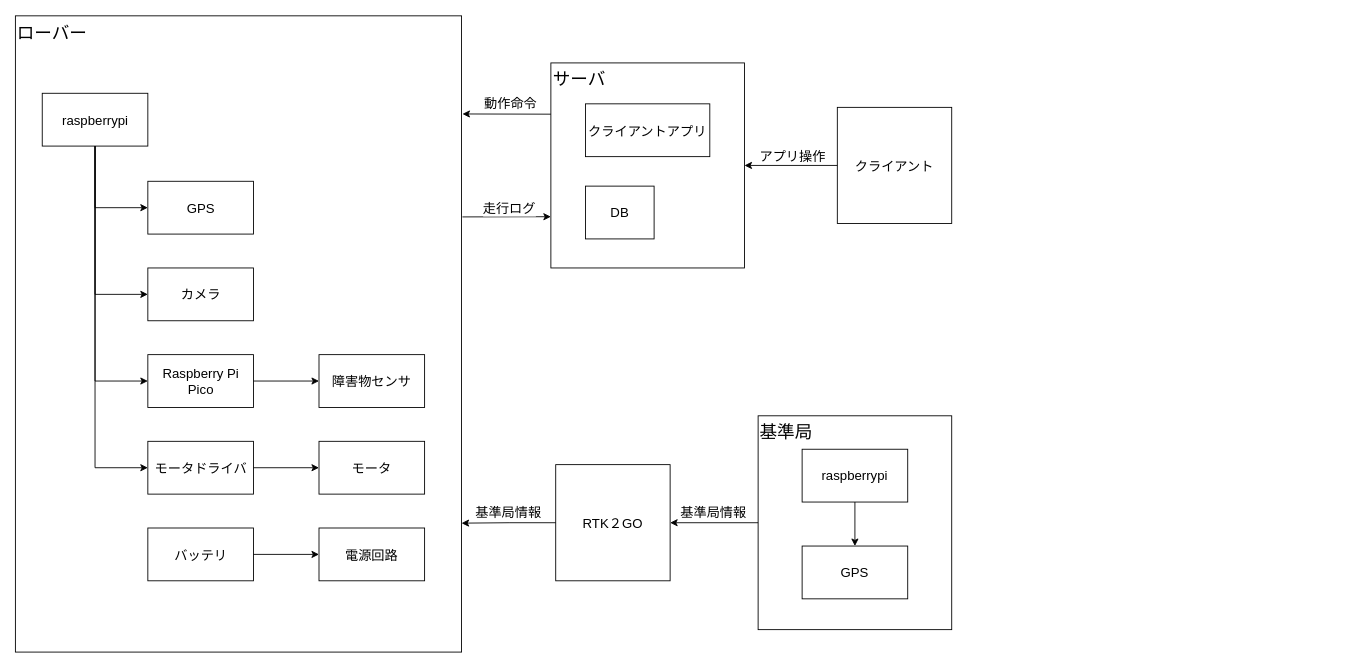
This is docs/システム構成図.drawio from moca0511/-, a draw.io file, before an edit. Source tidied: cells renumbered, new cells numbered last; positions are measured from the earlier drawing's top-left corner, leaving out a move shared by most shapes. Both pictures are drawn from the tidied source at 88%, with x=0, y=0 at pixel (15, 16).
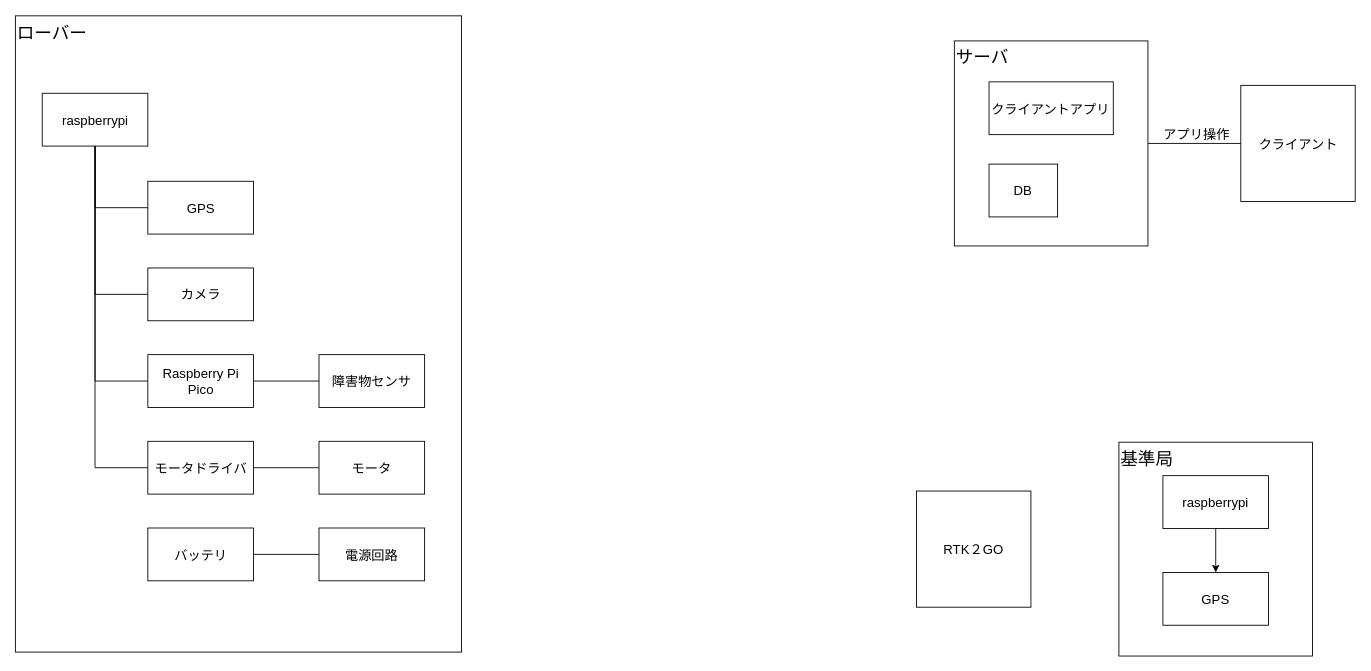
Above is the later version.

Commit message (it also covers changes not shown here):
システム構成図修正　企画書改(詳細設計)追加

Unchanged cells that the change refers to:
```xml
<mxCell id="4" value="モータドライバ" style="rounded=0;whiteSpace=wrap;html=1;labelBackgroundColor=none;fillColor=none;fontSize=15;" parent="1" vertex="1">
  <mxGeometry x="150.5" y="483" width="120" height="60" as="geometry" />
</mxCell>
<mxCell id="5" value="モータ" style="rounded=0;whiteSpace=wrap;html=1;labelBackgroundColor=none;fillColor=none;fontSize=15;" parent="1" vertex="1">
  <mxGeometry x="345" y="483" width="120" height="60" as="geometry" />
</mxCell>
<mxCell id="10" value="&lt;font style=&quot;font-size: 15px&quot;&gt;raspberrypi&lt;/font&gt;" style="rounded=0;whiteSpace=wrap;html=1;labelBackgroundColor=none;fillColor=none;" parent="1" vertex="1">
  <mxGeometry x="30.5" y="87.5" width="120" height="60" as="geometry" />
</mxCell>
<mxCell id="12" value="Raspberry Pi　Pico" style="rounded=0;whiteSpace=wrap;html=1;labelBackgroundColor=none;fillColor=none;fontSize=15;" parent="1" vertex="1">
  <mxGeometry x="150.5" y="384.5" width="120" height="60" as="geometry" />
</mxCell>
<mxCell id="13" value="障害物センサ" style="rounded=0;whiteSpace=wrap;html=1;labelBackgroundColor=none;fillColor=none;fontSize=15;" parent="1" vertex="1">
  <mxGeometry x="345" y="384.5" width="120" height="60" as="geometry" />
</mxCell>
<mxCell id="14" value="カメラ" style="rounded=0;whiteSpace=wrap;html=1;labelBackgroundColor=none;fillColor=none;align=center;fontSize=15;" parent="1" vertex="1">
  <mxGeometry x="150.5" y="286" width="120" height="60" as="geometry" />
</mxCell>
<mxCell id="15" value="GPS" style="rounded=0;whiteSpace=wrap;html=1;labelBackgroundColor=none;fillColor=none;align=center;fontSize=15;" parent="1" vertex="1">
  <mxGeometry x="150.5" y="187.5" width="120" height="60" as="geometry" />
</mxCell>
<mxCell id="16" value="電源回路" style="rounded=0;whiteSpace=wrap;html=1;labelBackgroundColor=none;fillColor=none;align=center;fontSize=15;" parent="1" vertex="1">
  <mxGeometry x="345" y="581.5" width="120" height="60" as="geometry" />
</mxCell>
<mxCell id="18" value="バッテリ" style="rounded=0;whiteSpace=wrap;html=1;labelBackgroundColor=none;fillColor=none;align=center;fontSize=15;" parent="1" vertex="1">
  <mxGeometry x="150.5" y="581.5" width="120" height="60" as="geometry" />
</mxCell>
<mxCell id="22" value="&lt;font style=&quot;font-size: 20px&quot;&gt;基準局&lt;/font&gt;" style="rounded=0;whiteSpace=wrap;html=1;labelBackgroundColor=none;fillColor=none;align=left;verticalAlign=top;" parent="21" vertex="1">
  <mxGeometry width="220" height="243" as="geometry" />
</mxCell>
<mxCell id="31" value="&lt;font style=&quot;font-size: 20px&quot;&gt;サーバ&lt;/font&gt;" style="rounded=0;whiteSpace=wrap;html=1;labelBackgroundColor=none;fillColor=none;align=left;verticalAlign=top;" parent="30" vertex="1">
  <mxGeometry width="220" height="233" as="geometry" />
</mxCell>
```

Change to the diagram source:
```diff
@@
-    <mxCell id="3" style="edgeStyle=orthogonalEdgeStyle;rounded=0;jettySize=auto;html=1;" parent="1" edge="1" source="4" target="5">
+    <mxCell id="3" style="edgeStyle=orthogonalEdgeStyle;rounded=0;jettySize=auto;html=1;endArrow=none;endFill=0;" parent="1" edge="1" source="4" target="5">
       <mxGeometry relative="1" as="geometry" />
     </mxCell>
@@
-    <mxCell id="6" style="edgeStyle=orthogonalEdgeStyle;rounded=0;jettySize=auto;html=1;exitX=0.5;exitY=1;exitDx=0;exitDy=0;entryX=0;entryY=0.5;entryDx=0;entryDy=0;" parent="1" edge="1" source="10" target="4">
+    <mxCell id="6" style="edgeStyle=orthogonalEdgeStyle;rounded=0;jettySize=auto;html=1;exitX=0.5;exitY=1;exitDx=0;exitDy=0;entryX=0;entryY=0.5;entryDx=0;entryDy=0;endArrow=none;endFill=0;" parent="1" edge="1" source="10" target="4">
       <mxGeometry relative="1" as="geometry" />
     </mxCell>
-    <mxCell id="7" style="edgeStyle=orthogonalEdgeStyle;rounded=0;jettySize=auto;html=1;exitX=0.5;exitY=1;exitDx=0;exitDy=0;entryX=0;entryY=0.5;entryDx=0;entryDy=0;" parent="1" edge="1" source="10" target="12">
+    <mxCell id="7" style="edgeStyle=orthogonalEdgeStyle;rounded=0;jettySize=auto;html=1;exitX=0.5;exitY=1;exitDx=0;exitDy=0;entryX=0;entryY=0.5;entryDx=0;entryDy=0;endArrow=none;endFill=0;" parent="1" edge="1" source="10" target="12">
       <mxGeometry relative="1" as="geometry" />
     </mxCell>
-    <mxCell id="8" style="edgeStyle=orthogonalEdgeStyle;rounded=0;jettySize=auto;html=1;exitX=0.5;exitY=1;exitDx=0;exitDy=0;entryX=0;entryY=0.5;entryDx=0;entryDy=0;" parent="1" edge="1" source="10" target="14">
+    <mxCell id="8" style="edgeStyle=orthogonalEdgeStyle;rounded=0;jettySize=auto;html=1;exitX=0.5;exitY=1;exitDx=0;exitDy=0;entryX=0;entryY=0.5;entryDx=0;entryDy=0;endArrow=none;endFill=0;" parent="1" edge="1" source="10" target="14">
       <mxGeometry relative="1" as="geometry" />
     </mxCell>
-    <mxCell id="9" style="edgeStyle=orthogonalEdgeStyle;rounded=0;jettySize=auto;html=1;exitX=0.5;exitY=1;exitDx=0;exitDy=0;entryX=0;entryY=0.5;entryDx=0;entryDy=0;" parent="1" edge="1" source="10" target="15">
+    <mxCell id="9" style="edgeStyle=orthogonalEdgeStyle;rounded=0;jettySize=auto;html=1;exitX=0.5;exitY=1;exitDx=0;exitDy=0;entryX=0;entryY=0.5;entryDx=0;entryDy=0;endArrow=none;endFill=0;" parent="1" edge="1" source="10" target="15">
       <mxGeometry relative="1" as="geometry" />
     </mxCell>
@@
-    <mxCell id="11" style="edgeStyle=orthogonalEdgeStyle;rounded=0;jettySize=auto;html=1;exitX=1;exitY=0.5;exitDx=0;exitDy=0;entryX=0;entryY=0.5;entryDx=0;entryDy=0;" parent="1" edge="1" source="12" target="13">
+    <mxCell id="11" style="edgeStyle=orthogonalEdgeStyle;rounded=0;jettySize=auto;html=1;exitX=1;exitY=0.5;exitDx=0;exitDy=0;entryX=0;entryY=0.5;entryDx=0;entryDy=0;endArrow=none;endFill=0;" parent="1" edge="1" source="12" target="13">
       <mxGeometry relative="1" as="geometry" />
     </mxCell>
@@
-    <mxCell id="17" style="edgeStyle=orthogonalEdgeStyle;rounded=0;jettySize=auto;html=1;exitX=1;exitY=0.5;exitDx=0;exitDy=0;entryX=0;entryY=0.5;entryDx=0;entryDy=0;" parent="1" edge="1" source="18" target="16">
+    <mxCell id="17" style="edgeStyle=orthogonalEdgeStyle;rounded=0;jettySize=auto;html=1;exitX=1;exitY=0.5;exitDx=0;exitDy=0;entryX=0;entryY=0.5;entryDx=0;entryDy=0;endArrow=none;endFill=0;" parent="1" edge="1" source="18" target="16">
       <mxGeometry relative="1" as="geometry" />
     </mxCell>
@@
-    <mxCell id="19" style="edgeStyle=orthogonalEdgeStyle;rounded=0;jettySize=auto;html=1;exitX=0;exitY=0.5;exitDx=0;exitDy=0;entryX=1;entryY=0.5;entryDx=0;entryDy=0;" parent="1" edge="1" source="20" target="31">
+    <mxCell id="19" style="edgeStyle=orthogonalEdgeStyle;rounded=0;jettySize=auto;html=1;exitX=0;exitY=0.5;exitDx=0;exitDy=0;entryX=1;entryY=0.5;entryDx=0;entryDy=0;endArrow=none;endFill=0;" parent="1" edge="1" source="20" target="31">
       <mxGeometry relative="1" as="geometry" />
     </mxCell>
     <mxCell id="20" value="クライアント" style="rounded=0;whiteSpace=wrap;html=1;labelBackgroundColor=none;fillColor=none;align=center;fontSize=15;" parent="1" vertex="1">
-      <mxGeometry x="934" y="103.5" width="130" height="132" as="geometry" />
+      <mxGeometry x="1392.5" y="78.5" width="130" height="132" as="geometry" />
     </mxCell>
     <mxCell id="21" style="group;" parent="1" vertex="1">
-      <mxGeometry x="844" y="454" width="220" height="243" as="geometry" />
+      <mxGeometry x="1254" y="484" width="220" height="243" as="geometry" />
     </mxCell>
@@
-    <mxCell id="26" style="edgeStyle=orthogonalEdgeStyle;rounded=0;jettySize=auto;html=1;exitX=0;exitY=0.5;exitDx=0;exitDy=0;" parent="1" edge="1" source="27">
-      <mxGeometry relative="1" as="geometry">
-        <mxPoint x="507" y="576" as="targetPoint" />
-        <Array as="points">
-          <mxPoint x="561" y="576" />
-        </Array>
-      </mxGeometry>
-    </mxCell>
     <mxCell id="27" value="RTK２GO" style="rounded=0;whiteSpace=wrap;html=1;labelBackgroundColor=none;fillColor=none;align=center;fontSize=15;" parent="1" vertex="1">
-      <mxGeometry x="614" y="509.5" width="130" height="132" as="geometry" />
+      <mxGeometry x="1024" y="539.5" width="130" height="132" as="geometry" />
     </mxCell>
-    <mxCell id="28" value="基準局情報" style="text;html=1;align=left;verticalAlign=top;spacingTop=-4;fontSize=15;" parent="1" vertex="1">
-      <mxGeometry x="754" y="553" width="90" height="20" as="geometry" />
-    </mxCell>
-    <mxCell id="29" value="基準局情報" style="text;html=1;align=left;verticalAlign=top;spacingTop=-4;fontSize=15;" parent="1" vertex="1">
-      <mxGeometry x="520.5" y="553" width="90" height="20" as="geometry" />
-    </mxCell>
     <mxCell id="30" style="group;" parent="1" vertex="1">
-      <mxGeometry x="608.5" y="53" width="220" height="233" as="geometry" />
+      <mxGeometry x="1067" y="28" width="220" height="233" as="geometry" />
     </mxCell>
@@
-    <mxCell id="34" style="endArrow=classic;html=1;entryX=1;entryY=0.5;entryDx=0;entryDy=0;exitX=0;exitY=0.5;exitDx=0;exitDy=0;" parent="1" edge="1" source="22" target="27">
-      <mxGeometry relative="1" as="geometry" />
-    </mxCell>
     <mxCell id="35" value="アプリ操作" style="text;html=1;align=left;verticalAlign=top;spacingTop=-4;fontSize=15;" parent="1" vertex="1">
-      <mxGeometry x="844" y="147.5" width="80" height="20" as="geometry" />
+      <mxGeometry x="1302.5" y="122.5" width="80" height="20" as="geometry" />
     </mxCell>
-    <mxCell id="36" style="endArrow=classic;html=1;exitX=0;exitY=0.25;exitDx=0;exitDy=0;" parent="1" edge="1" source="31">
-      <mxGeometry relative="1" as="geometry">
-        <mxPoint x="508" y="111" as="targetPoint" />
-      </mxGeometry>
-    </mxCell>
-    <mxCell id="37" value="動作命令" style="text;html=1;align=left;verticalAlign=top;spacingTop=-4;fontSize=15;" parent="1" vertex="1">
-      <mxGeometry x="530.5" y="87.5" width="60" height="20" as="geometry" />
-    </mxCell>
-    <mxCell id="38" style="endArrow=classic;html=1;entryX=0;entryY=0.75;entryDx=0;entryDy=0;" parent="1" edge="1" target="31">
-      <mxGeometry relative="1" as="geometry">
-        <mxPoint x="508" y="228" as="sourcePoint" />
-      </mxGeometry>
-    </mxCell>
-    <mxCell id="39" value="走行ログ" style="text;html=1;align=center;verticalAlign=middle;labelBackgroundColor=#ffffff;fontSize=15;" parent="38" vertex="1">
-      <mxGeometry x="-0.35" y="2" relative="1" as="geometry">
-        <mxPoint x="19.5" y="-8.5" as="offset" />
-      </mxGeometry>
-    </mxCell>
```
